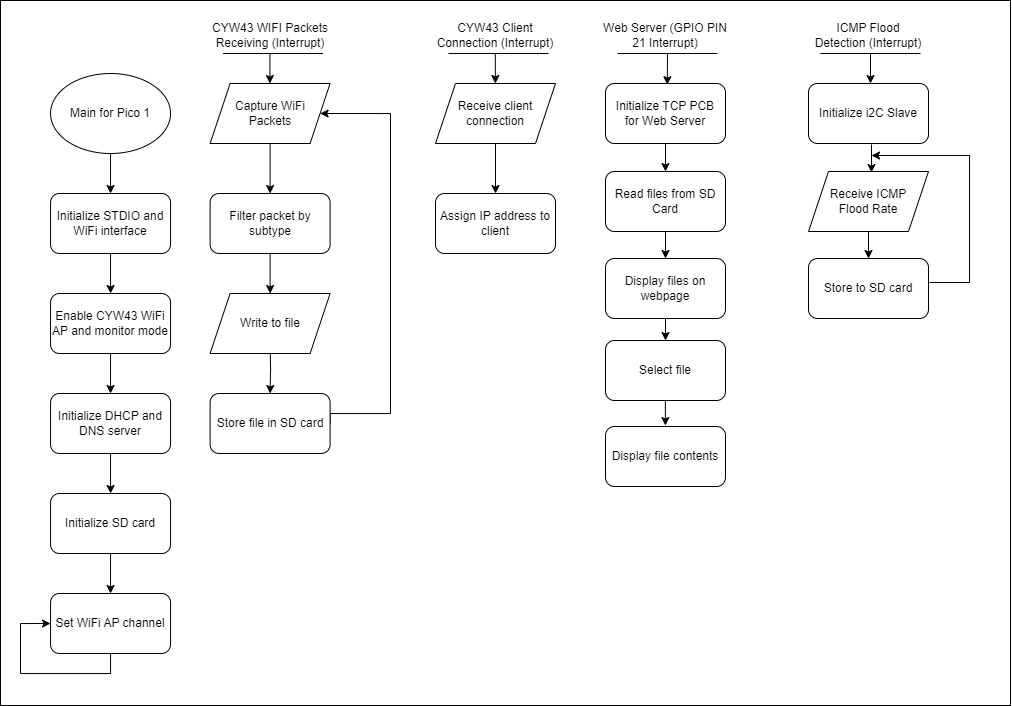
The draw.io diagram FlowChartPico1.png in TARZH3N/pico-team20, before a commit. Source tidied: cells renumbered, new cells last; positions are measured from the earlier drawing's top-left corner, leaving out a move shared by most shapes.
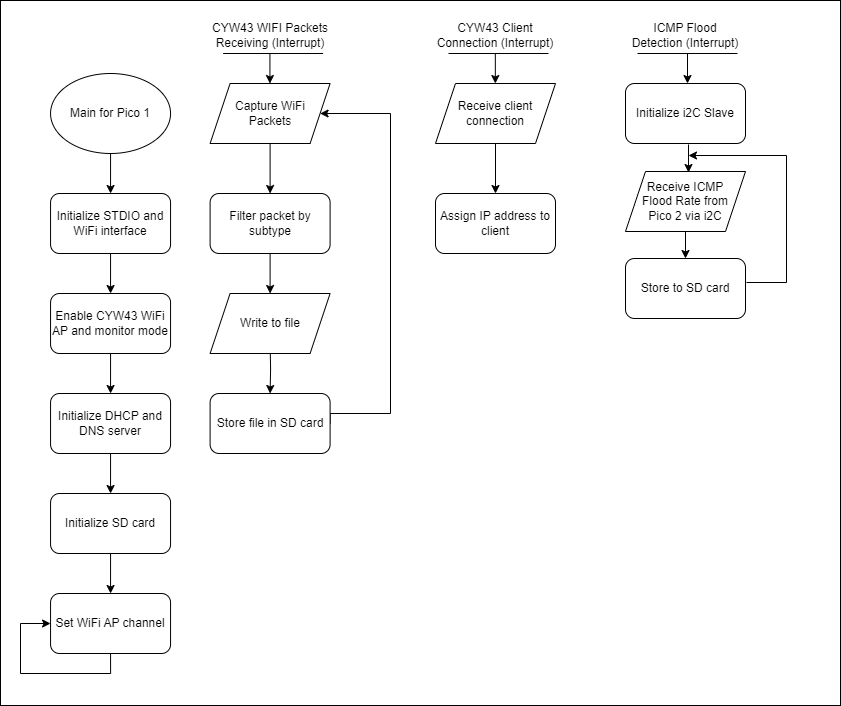
The same file after the commit.

Change to the diagram source:
```diff
@@ -3,7 +3,7 @@
     <mxCell id="0" />
     <mxCell id="1" parent="0" />
     <mxCell id="2" style="rounded=0;whiteSpace=wrap;html=1;" parent="1" vertex="1">
-      <mxGeometry width="1010" height="705" as="geometry" />
+      <mxGeometry width="840" height="705" as="geometry" />
     </mxCell>
     <mxCell id="3" style="edgeStyle=orthogonalEdgeStyle;rounded=0;jettySize=auto;html=1;entryX=0.5;entryY=0;entryDx=0;entryDy=0;" parent="1" edge="1" source="4" target="6">
       <mxGeometry relative="1" as="geometry" />
@@ -94,96 +94,47 @@
         <mxPoint x="269.4" y="83" as="targetPoint" />
       </mxGeometry>
     </mxCell>
-    <mxCell id="26" style="endArrow=none;html=1;rounded=0;" parent="1" edge="1">
-      <mxGeometry relative="1" as="geometry">
-        <mxPoint x="617" y="53" as="sourcePoint" />
-        <mxPoint x="717" y="53" as="targetPoint" />
-      </mxGeometry>
-    </mxCell>
-    <mxCell id="27" value="Web Server (GPIO PIN 21 Interrupt)" style="text;html=1;strokeColor=none;fillColor=none;align=center;verticalAlign=middle;whiteSpace=wrap;rounded=0;" parent="1" vertex="1">
-      <mxGeometry x="600" y="20" width="130" height="30" as="geometry" />
-    </mxCell>
-    <mxCell id="28" style="endArrow=classic;html=1;rounded=0;entryX=0.515;entryY=0.02;entryDx=0;entryDy=0;entryPerimeter=0;" parent="1" edge="1" target="34">
-      <mxGeometry relative="1" as="geometry">
-        <mxPoint x="667" y="53" as="sourcePoint" />
-      </mxGeometry>
-    </mxCell>
     <mxCell id="29" style="endArrow=none;html=1;rounded=0;" parent="1" edge="1">
       <mxGeometry relative="1" as="geometry">
-        <mxPoint x="820" y="53" as="sourcePoint" />
-        <mxPoint x="920" y="53" as="targetPoint" />
+        <mxPoint x="637" y="53" as="sourcePoint" />
+        <mxPoint x="737" y="53" as="targetPoint" />
       </mxGeometry>
     </mxCell>
     <mxCell id="30" value="ICMP Flood&lt;br&gt;Detection (Interrupt)" style="text;html=1;strokeColor=none;fillColor=none;align=center;verticalAlign=middle;whiteSpace=wrap;rounded=0;" parent="1" vertex="1">
-      <mxGeometry x="803" y="20" width="130" height="30" as="geometry" />
+      <mxGeometry x="620" y="20" width="130" height="30" as="geometry" />
     </mxCell>
     <mxCell id="31" style="endArrow=classic;html=1;rounded=0;entryX=0.584;entryY=0.002;entryDx=0;entryDy=0;entryPerimeter=0;" parent="1" edge="1">
       <mxGeometry relative="1" as="geometry">
-        <mxPoint x="870" y="53" as="sourcePoint" />
-        <mxPoint x="870" y="83" as="targetPoint" />
+        <mxPoint x="687" y="53" as="sourcePoint" />
+        <mxPoint x="687" y="83" as="targetPoint" />
       </mxGeometry>
     </mxCell>
-    <mxCell id="32" style="edgeStyle=orthogonalEdgeStyle;rounded=0;jettySize=auto;html=1;entryX=0.5;entryY=0;entryDx=0;entryDy=0;exitX=0.5;exitY=1;exitDx=0;exitDy=0;" parent="1" edge="1" source="35">
-      <mxGeometry relative="1" as="geometry">
-        <mxPoint x="665" y="258" as="targetPoint" />
-      </mxGeometry>
-    </mxCell>
-    <mxCell id="33" style="endArrow=classic;html=1;rounded=0;entryX=0.5;entryY=0;entryDx=0;entryDy=0;exitX=0.5;exitY=1;exitDx=0;exitDy=0;" parent="1" edge="1" source="34" target="35">
-      <mxGeometry relative="1" as="geometry" />
-    </mxCell>
-    <mxCell id="34" value="Initialize TCP PCB&lt;br&gt;for Web Server" style="rounded=1;whiteSpace=wrap;html=1;" parent="1" vertex="1">
-      <mxGeometry x="605" y="83" width="120" height="60" as="geometry" />
-    </mxCell>
-    <mxCell id="35" value="Read files from SD Card" style="rounded=1;whiteSpace=wrap;html=1;" parent="1" vertex="1">
-      <mxGeometry x="605" y="171" width="120" height="60" as="geometry" />
-    </mxCell>
-    <mxCell id="36" style="edgeStyle=orthogonalEdgeStyle;rounded=0;orthogonalLoop=1;jettySize=auto;html=1;entryX=0.5;entryY=0;entryDx=0;entryDy=0;" parent="1" edge="1">
-      <mxGeometry relative="1" as="geometry">
-        <mxPoint x="665" y="315" as="sourcePoint" />
-        <mxPoint x="665" y="340" as="targetPoint" />
-      </mxGeometry>
-    </mxCell>
-    <mxCell id="37" value="Select file" style="rounded=1;whiteSpace=wrap;html=1;" parent="1" vertex="1">
-      <mxGeometry x="605" y="340" width="120" height="60" as="geometry" />
-    </mxCell>
-    <mxCell id="38" value="Display files on webpage" style="rounded=1;whiteSpace=wrap;html=1;" parent="1" vertex="1">
-      <mxGeometry x="605" y="258" width="120" height="60" as="geometry" />
-    </mxCell>
-    <mxCell id="39" style="edgeStyle=orthogonalEdgeStyle;rounded=0;orthogonalLoop=1;jettySize=auto;html=1;entryX=0.5;entryY=0;entryDx=0;entryDy=0;" parent="1" edge="1">
-      <mxGeometry relative="1" as="geometry">
-        <mxPoint x="664.9" y="400" as="sourcePoint" />
-        <mxPoint x="664.9" y="425" as="targetPoint" />
-      </mxGeometry>
-    </mxCell>
-    <mxCell id="40" value="Display file contents" style="rounded=1;whiteSpace=wrap;html=1;" parent="1" vertex="1">
-      <mxGeometry x="605" y="426" width="120" height="60" as="geometry" />
-    </mxCell>
     <mxCell id="41" style="edgeStyle=orthogonalEdgeStyle;rounded=0;jettySize=auto;html=1;entryX=0.5;entryY=0;entryDx=0;entryDy=0;" parent="1" edge="1" source="42" target="44">
       <mxGeometry relative="1" as="geometry" />
     </mxCell>
-    <mxCell id="42" value="Receive ICMP&lt;br&gt;Flood Rate" style="shape=parallelogram;perimeter=parallelogramPerimeter;whiteSpace=wrap;html=1;fixedSize=1;" parent="1" vertex="1">
-      <mxGeometry x="808" y="171" width="120" height="60" as="geometry" />
+    <mxCell id="42" value="Receive ICMP&lt;br&gt;Flood Rate from&lt;br&gt;Pico 2 via i2C" style="shape=parallelogram;perimeter=parallelogramPerimeter;whiteSpace=wrap;html=1;fixedSize=1;" parent="1" vertex="1">
+      <mxGeometry x="625" y="171" width="120" height="60" as="geometry" />
     </mxCell>
     <mxCell id="43" style="edgeStyle=orthogonalEdgeStyle;rounded=0;orthogonalLoop=1;jettySize=auto;html=1;exitX=1;exitY=0.5;exitDx=0;exitDy=0;" parent="1" edge="1">
       <mxGeometry relative="1" as="geometry">
-        <mxPoint x="929" y="282" as="sourcePoint" />
-        <mxPoint x="871" y="155" as="targetPoint" />
+        <mxPoint x="746" y="282" as="sourcePoint" />
+        <mxPoint x="688" y="155" as="targetPoint" />
         <Array as="points">
-          <mxPoint x="969" y="282" />
-          <mxPoint x="969" y="155" />
+          <mxPoint x="786" y="282" />
+          <mxPoint x="786" y="155" />
         </Array>
       </mxGeometry>
     </mxCell>
     <mxCell id="44" value="Store to SD card" style="rounded=1;whiteSpace=wrap;html=1;" parent="1" vertex="1">
-      <mxGeometry x="808" y="258" width="120" height="60" as="geometry" />
+      <mxGeometry x="625" y="258" width="120" height="60" as="geometry" />
     </mxCell>
     <mxCell id="45" value="Initialize i2C Slave" style="rounded=1;whiteSpace=wrap;html=1;" parent="1" vertex="1">
-      <mxGeometry x="808" y="83" width="120" height="60" as="geometry" />
+      <mxGeometry x="625" y="83" width="120" height="60" as="geometry" />
     </mxCell>
     <mxCell id="46" style="endArrow=classic;html=1;rounded=0;entryX=0.5;entryY=0;entryDx=0;entryDy=0;exitX=0.5;exitY=1;exitDx=0;exitDy=0;" parent="1" edge="1">
       <mxGeometry relative="1" as="geometry">
-        <mxPoint x="871" y="144" as="sourcePoint" />
-        <mxPoint x="871" y="172" as="targetPoint" />
+        <mxPoint x="688" y="144" as="sourcePoint" />
+        <mxPoint x="688" y="172" as="targetPoint" />
       </mxGeometry>
     </mxCell>
     <mxCell id="47" style="edgeStyle=orthogonalEdgeStyle;rounded=0;jettySize=auto;html=1;entryX=0.5;entryY=0;entryDx=0;entryDy=0;" parent="1" edge="1" source="48" target="49">
```
